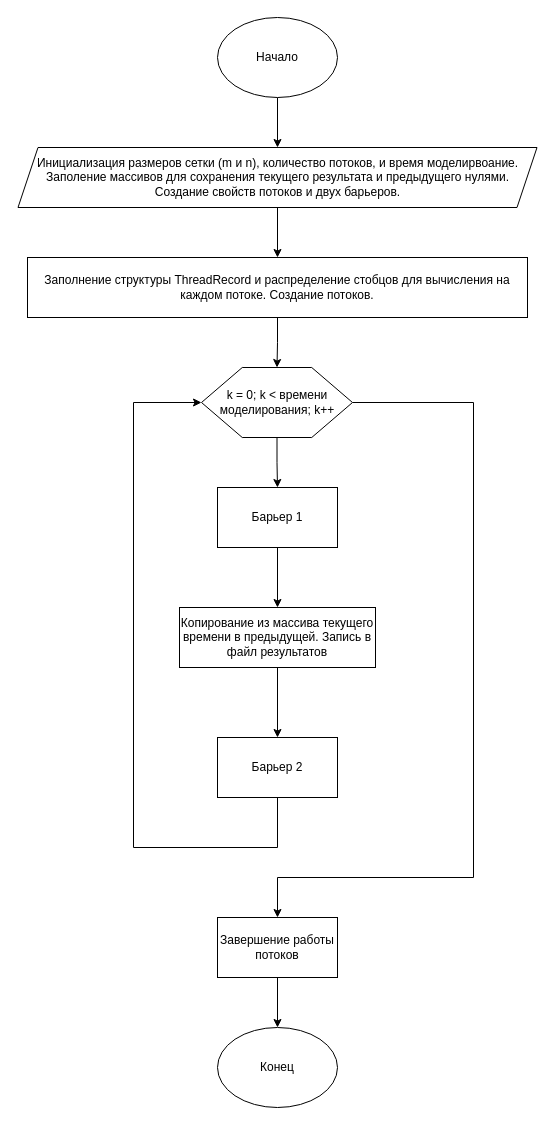
This is Федорук/Лаб 2/Родительский поток.drawio from a1i5k/docs, a draw.io file, before an edit. Source tidied: cells renumbered, new cells numbered last; positions are measured from the earlier drawing's top-left corner, leaving out a move shared by most shapes. Both pictures are drawn from the tidied source at 100%, with x=0, y=0 at pixel (17, 17).
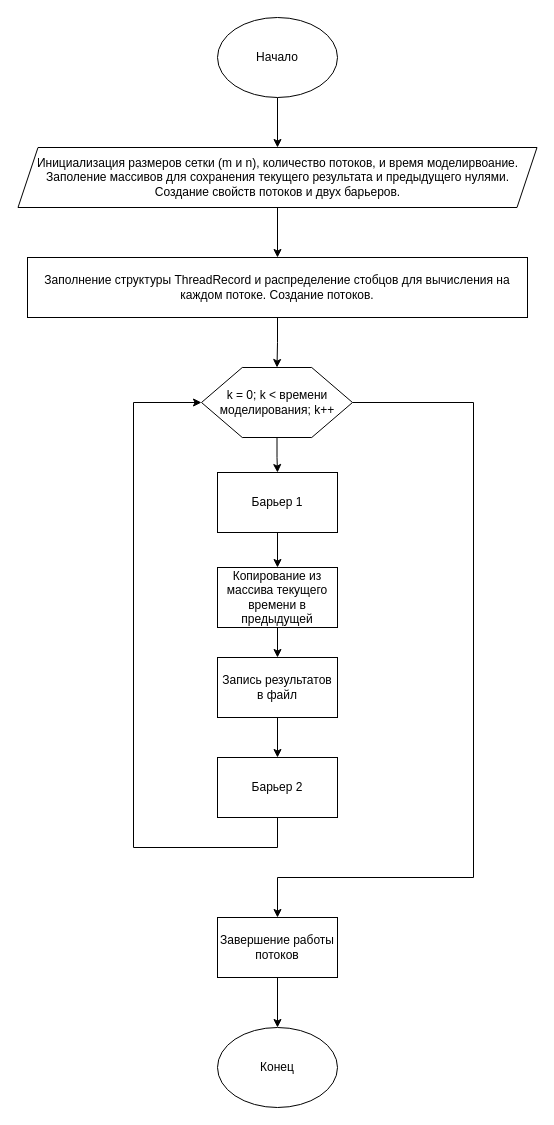
The same page after the edit.

The edit, as a diff of the source:
```diff
@@
     <mxCell id="13" value="Барьер 1" style="rounded=0;whiteSpace=wrap;html=1;" parent="1" vertex="1">
-      <mxGeometry x="200" y="470" width="120" height="60" as="geometry" />
+      <mxGeometry x="200" y="455" width="120" height="60" as="geometry" />
     </mxCell>
-    <mxCell id="14" style="edgeStyle=orthogonalEdgeStyle;rounded=0;jettySize=auto;html=1;" parent="1" edge="1" source="15" target="17">
-      <mxGeometry relative="1" as="geometry" />
-    </mxCell>
+    <mxCell id="21" style="edgeStyle=orthogonalEdgeStyle;rounded=0;jettySize=auto;html=1;" parent="1" edge="1" source="15" target="23">
+      <mxGeometry relative="1" as="geometry" />
+    </mxCell>
-    <mxCell id="15" value="Копирование из массива текущего времени в предыдущей. Запись в файл результатов" style="rounded=0;whiteSpace=wrap;html=1;" parent="1" vertex="1">
-      <mxGeometry x="162" y="590" width="196" height="60" as="geometry" />
+    <mxCell id="15" value="Копирование из массива текущего времени в предыдущей" style="rounded=0;whiteSpace=wrap;html=1;" parent="1" vertex="1">
+      <mxGeometry x="200" y="550" width="120" height="60" as="geometry" />
     </mxCell>
@@
     <mxCell id="17" value="Барьер 2" style="rounded=0;whiteSpace=wrap;html=1;" parent="1" vertex="1">
-      <mxGeometry x="200" y="720" width="120" height="60" as="geometry" />
+      <mxGeometry x="200" y="740" width="120" height="60" as="geometry" />
     </mxCell>
@@
+    <mxCell id="22" style="edgeStyle=orthogonalEdgeStyle;rounded=0;jettySize=auto;html=1;" parent="1" edge="1" source="23" target="17">
+      <mxGeometry relative="1" as="geometry" />
+    </mxCell>
+    <mxCell id="23" value="Запись результатов в файл" style="rounded=0;whiteSpace=wrap;html=1;" parent="1" vertex="1">
+      <mxGeometry x="200" y="640" width="120" height="60" as="geometry" />
+    </mxCell>
```
